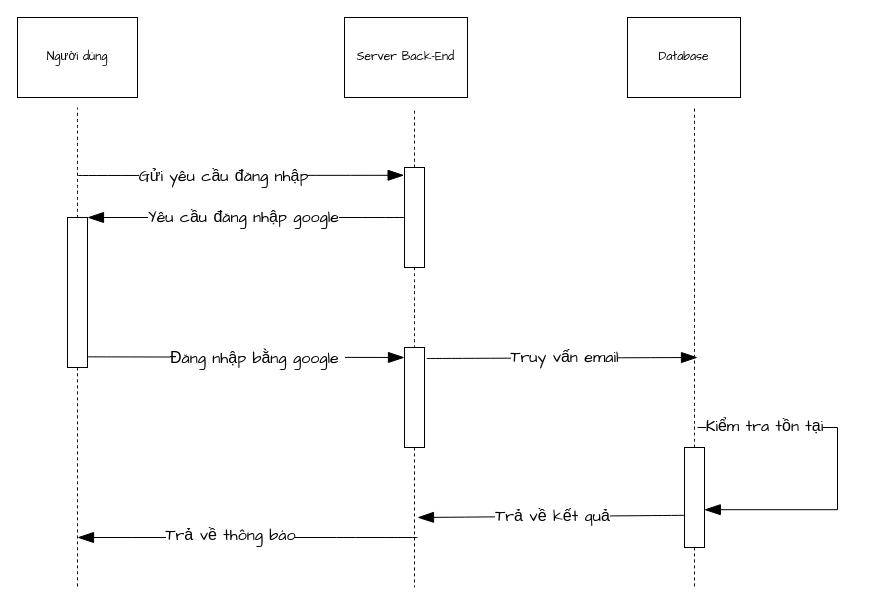
This is diagrams/sequence/Login.drawio from VennDev/VRecommendSystem, a draw.io file, before an edit. Source tidied: cells renumbered, new cells numbered last; positions are measured from the earlier drawing's top-left corner, leaving out a move shared by most shapes. Both pictures are drawn from the tidied source at 100%, with x=0, y=0 at pixel (17, 17).
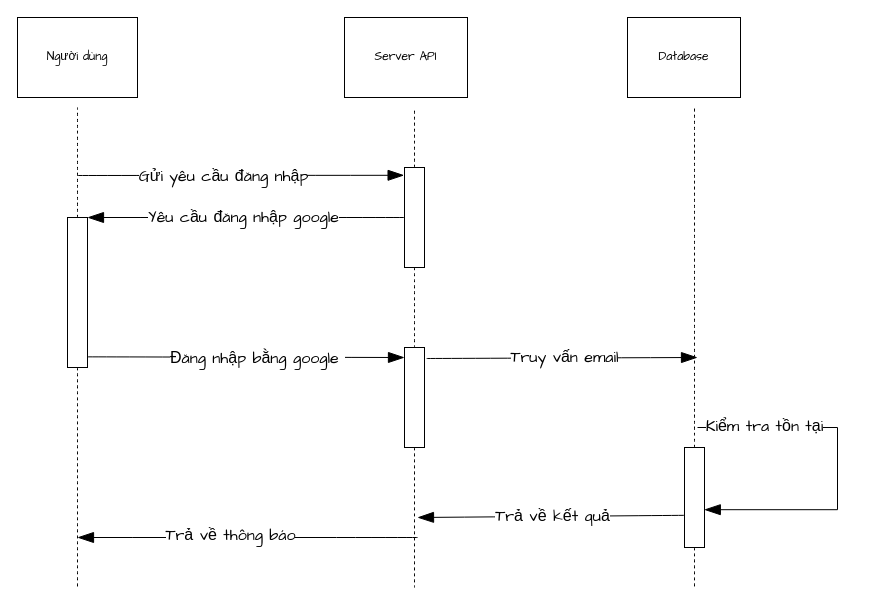
The same diagram, later.

What changed in the source:
```diff
@@
-    <mxCell id="14" value="Server Back-End" style="rounded=0;whiteSpace=wrap;html=1;fontFamily=Architects Daughter;" parent="1" vertex="1">
+    <mxCell id="14" value="Server API" style="rounded=0;whiteSpace=wrap;html=1;fontFamily=Architects Daughter;" parent="1" vertex="1">
       <mxGeometry x="327" width="123" height="80" as="geometry" />
     </mxCell>
```
